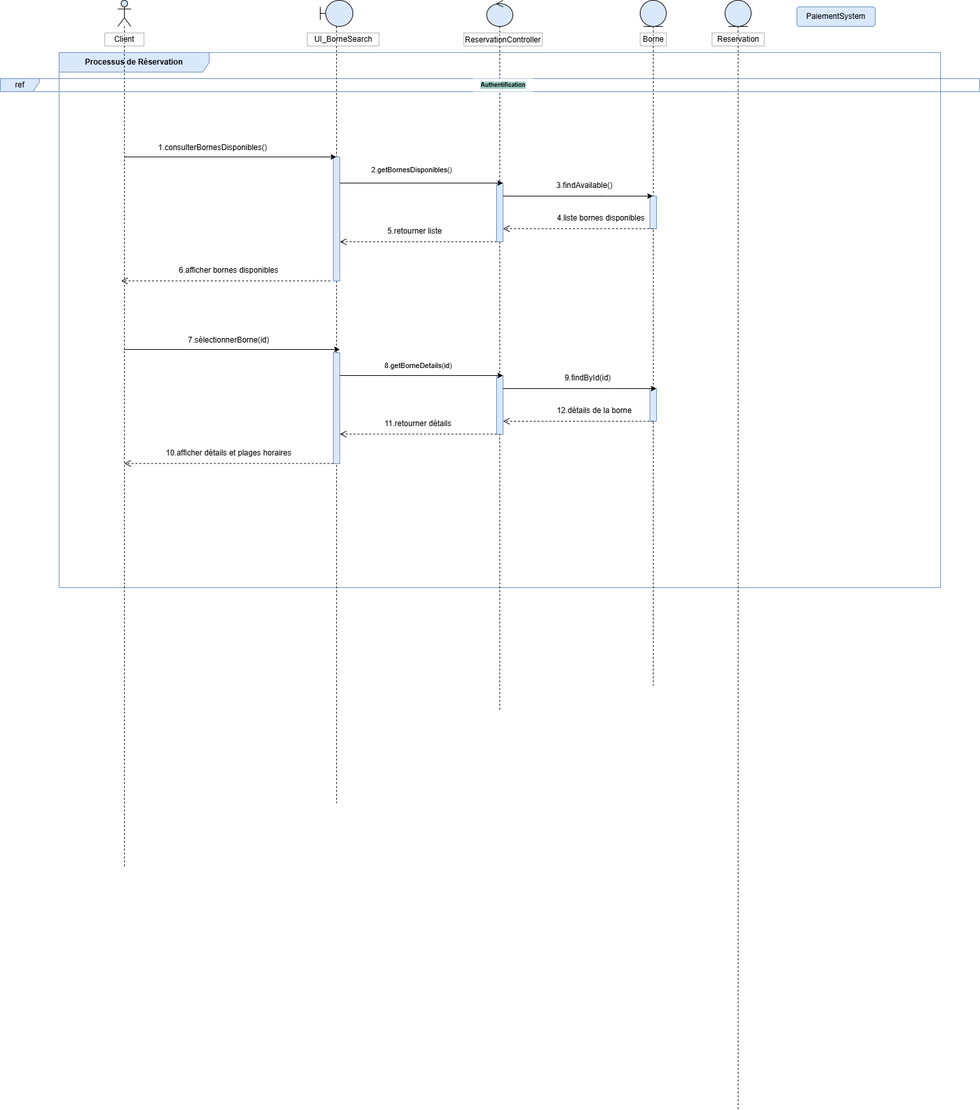
Before: Diag seq reservation borne.drawio.png, a diagram exported from draw.io (achreffakraoui/Projet-uml). Source tidied: cells renumbered, new cells last; positions are measured from the earlier drawing's top-left corner, leaving out a move shared by most shapes.
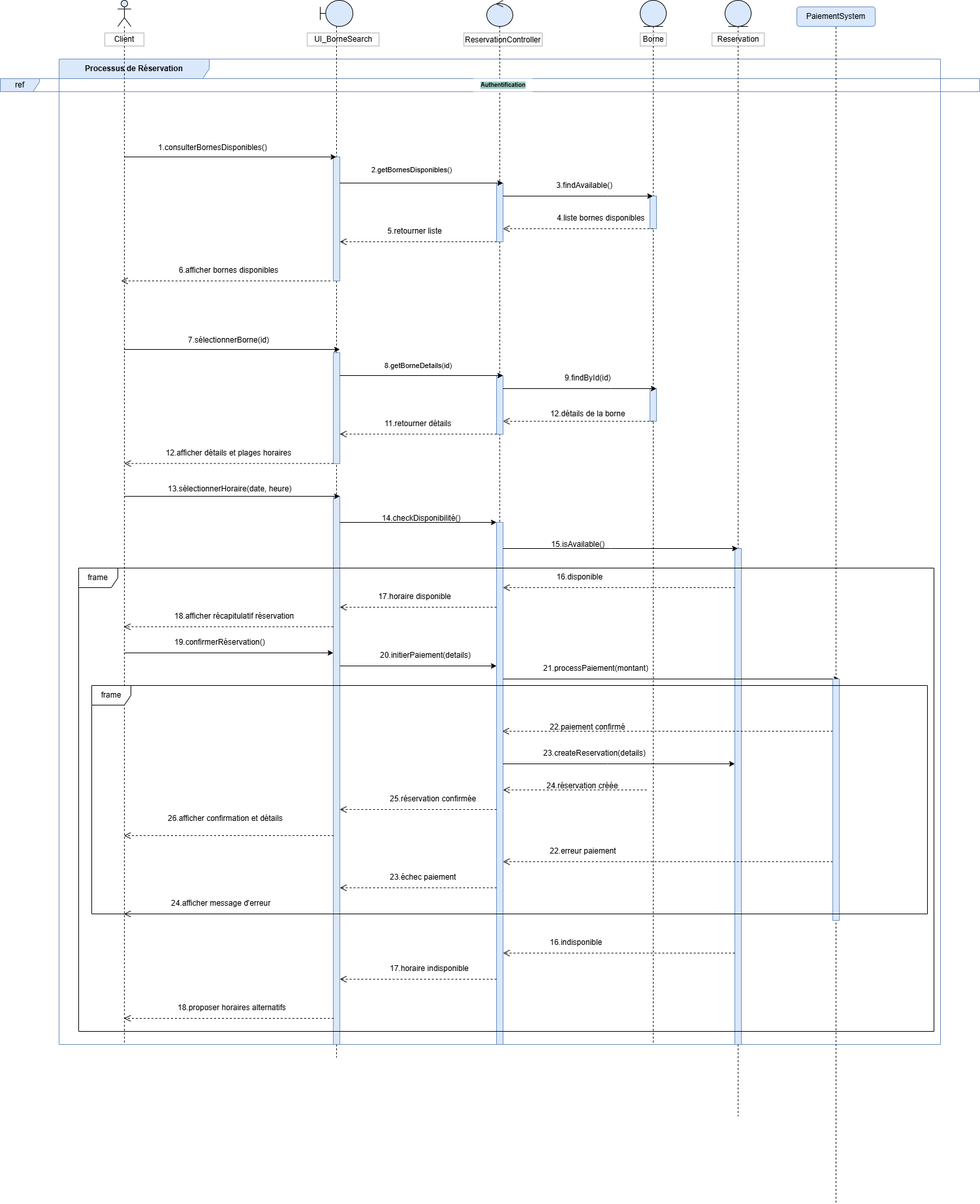
The same diagram one commit later.

Commit message:
Mettre à jour Diag seq reservation borne.drawio.png

Change to the diagram source:
```diff
@@ -3,16 +3,16 @@
     <mxCell id="0" />
     <mxCell id="1" parent="0" />
     <mxCell id="2" value="&lt;p&gt;&lt;b&gt;Processus de Réservation&lt;/b&gt;&lt;/p&gt;" style="shape=umlFrame;whiteSpace=wrap;html=1;fillColor=#dae8fc;strokeColor=#6c8ebf;width=230;height=30;" parent="1" vertex="1">
-      <mxGeometry x="90" y="80" width="1350" height="820" as="geometry" />
+      <mxGeometry x="90" y="90" width="1350" height="1510" as="geometry" />
     </mxCell>
     <mxCell id="3" style="shape=umlLifeline;perimeter=lifelinePerimeter;whiteSpace=wrap;html=1;outlineConnect=0;portConstraint=eastwest;newEdgeStyle={&quot;curved&quot;:0,&quot;rounded&quot;:0};participant=umlActor;fillColor=#dae8fc;strokeColor=default;" parent="1" vertex="1">
-      <mxGeometry x="180" width="20" height="1330" as="geometry" />
+      <mxGeometry x="180" width="20" height="1600" as="geometry" />
     </mxCell>
     <mxCell id="4" value="Client " style="whiteSpace=wrap;opacity=30;gradientColor=none;fillColor=default;fillStyle=auto;rounded=0;" parent="1" vertex="1">
       <mxGeometry x="160" y="50" width="60" height="20" as="geometry" />
     </mxCell>
     <mxCell id="5" style="shape=umlLifeline;perimeter=lifelinePerimeter;whiteSpace=wrap;html=1;outlineConnect=0;portConstraint=eastwest;newEdgeStyle={&quot;curved&quot;:0,&quot;rounded&quot;:0};participant=umlBoundary;fillColor=#dae8fc;strokeColor=default;size=40;" parent="1" vertex="1">
-      <mxGeometry x="490" width="50" height="1230" as="geometry" />
+      <mxGeometry x="490" width="50" height="1620" as="geometry" />
     </mxCell>
     <mxCell id="6" style="html=1;perimeter=orthogonalPerimeter;targetShapes=umlLifeline;newEdgeStyle={&quot;curved&quot;:0,&quot;rounded&quot;:0};fillColor=#dae8fc;strokeColor=#6c8ebf;" parent="5" vertex="1">
       <mxGeometry x="20" y="240" width="10" height="190" as="geometry" />
@@ -20,11 +20,14 @@
     <mxCell id="7" style="html=1;points=[[0,0,0,0,5],[0,1,0,0,-5],[1,0,0,0,5],[1,1,0,0,-5]];perimeter=orthogonalPerimeter;outlineConnect=0;targetShapes=umlLifeline;portConstraint=eastwest;newEdgeStyle={&quot;curved&quot;:0,&quot;rounded&quot;:0};fillColor=#dae8fc;strokeColor=#6c8ebf;" parent="5" vertex="1">
       <mxGeometry x="20" y="540" width="10" height="170" as="geometry" />
     </mxCell>
+    <mxCell id="44" style="html=1;perimeter=orthogonalPerimeter;targetShapes=umlLifeline;newEdgeStyle={&quot;curved&quot;:0,&quot;rounded&quot;:0};fillColor=#dae8fc;strokeColor=#6c8ebf;" parent="5" vertex="1">
+      <mxGeometry x="20" y="760" width="10" height="840" as="geometry" />
+    </mxCell>
     <mxCell id="8" value="UI_BorneSearch" style="opacity=30;gradientColor=none;fillColor=default;fillStyle=auto;rounded=0;html=1;" parent="1" vertex="1">
       <mxGeometry x="470" y="50" width="110" height="20" as="geometry" />
     </mxCell>
     <mxCell id="9" style="shape=umlLifeline;perimeter=lifelinePerimeter;whiteSpace=wrap;html=1;newEdgeStyle={&quot;curved&quot;:0,&quot;rounded&quot;:0};participant=umlControl;fillColor=#dae8fc;strokeColor=default;" parent="1" vertex="1">
-      <mxGeometry x="745" width="40" height="1090" as="geometry" />
+      <mxGeometry x="745" width="40" height="1600" as="geometry" />
     </mxCell>
     <mxCell id="10" style="html=1;points=[[0,0,0,0,5],[0,1,0,0,-5],[1,0,0,0,5],[1,1,0,0,-5]];perimeter=orthogonalPerimeter;outlineConnect=0;targetShapes=umlLifeline;portConstraint=eastwest;newEdgeStyle={&quot;curved&quot;:0,&quot;rounded&quot;:0};fillColor=#dae8fc;strokeColor=#6c8ebf;" parent="9" vertex="1">
       <mxGeometry x="15" y="280" width="10" height="90" as="geometry" />
@@ -32,11 +35,14 @@
     <mxCell id="11" style="html=1;points=[[0,0,0,0,5],[0,1,0,0,-5],[1,0,0,0,5],[1,1,0,0,-5]];perimeter=orthogonalPerimeter;outlineConnect=0;targetShapes=umlLifeline;portConstraint=eastwest;newEdgeStyle={&quot;curved&quot;:0,&quot;rounded&quot;:0};fillColor=#dae8fc;strokeColor=#6c8ebf;" parent="9" vertex="1">
       <mxGeometry x="15" y="575" width="10" height="90" as="geometry" />
     </mxCell>
+    <mxCell id="45" style="html=1;perimeter=orthogonalPerimeter;targetShapes=umlLifeline;newEdgeStyle={&quot;curved&quot;:0,&quot;rounded&quot;:0};fillColor=#dae8fc;strokeColor=#6c8ebf;" parent="9" vertex="1">
+      <mxGeometry x="15" y="800" width="10" height="800" as="geometry" />
+    </mxCell>
     <mxCell id="12" value="ReservationController" style="opacity=30;gradientColor=none;fillColor=default;fillStyle=auto;rounded=0;" parent="1" vertex="1">
       <mxGeometry x="710" y="50" width="120" height="20" as="geometry" />
     </mxCell>
     <mxCell id="13" style="shape=umlLifeline;perimeter=lifelinePerimeter;whiteSpace=wrap;html=1;outlineConnect=0;portConstraint=eastwest;newEdgeStyle={&quot;curved&quot;:0,&quot;rounded&quot;:0};participant=umlEntity;fillColor=#dae8fc;strokeColor=default;" parent="1" vertex="1">
-      <mxGeometry x="980" width="40" height="1050" as="geometry" />
+      <mxGeometry x="980" width="40" height="1600" as="geometry" />
     </mxCell>
     <mxCell id="14" style="html=1;perimeter=orthogonalPerimeter;targetShapes=umlLifeline;newEdgeStyle={&quot;curved&quot;:0,&quot;rounded&quot;:0};fillColor=#dae8fc;strokeColor=#6c8ebf;" parent="13" vertex="1">
       <mxGeometry x="15" y="300" width="10" height="50" as="geometry" />
@@ -45,8 +51,11 @@
       <mxGeometry x="15" y="595" width="10" height="50" as="geometry" />
     </mxCell>
     <mxCell id="16" style="shape=umlLifeline;perimeter=lifelinePerimeter;whiteSpace=wrap;html=1;outlineConnect=0;portConstraint=eastwest;newEdgeStyle={&quot;curved&quot;:0,&quot;rounded&quot;:0};participant=umlEntity;fillColor=#dae8fc;strokeColor=default;" parent="1" vertex="1">
-      <mxGeometry x="1110" width="40" height="1700" as="geometry" />
+      <mxGeometry x="1110" width="40" height="1710" as="geometry" />
     </mxCell>
+    <mxCell id="46" style="html=1;points=[[0,0,0,0,5],[0,1,0,0,-5],[1,0,0,0,5],[1,1,0,0,-5]];perimeter=orthogonalPerimeter;outlineConnect=0;targetShapes=umlLifeline;portConstraint=eastwest;newEdgeStyle={&quot;curved&quot;:0,&quot;rounded&quot;:0};fillColor=#dae8fc;strokeColor=#6c8ebf;" parent="16" vertex="1">
+      <mxGeometry x="15" y="840" width="10" height="760" as="geometry" />
+    </mxCell>
     <mxCell id="17" value="&lt;br&gt; Borne&lt;br&gt;&lt;br&gt;" style="opacity=30;gradientColor=none;fillColor=default;fillStyle=auto;rounded=0;html=1;" parent="1" vertex="1">
       <mxGeometry x="980" y="50" width="40" height="20" as="geometry" />
     </mxCell>
@@ -161,13 +170,222 @@
       </mxGeometry>
     </mxCell>
     <mxCell id="41" value="12.détails de la borne" style="text;align=center;" parent="1" vertex="1">
-      <mxGeometry x="830" y="615" width="160" height="40" as="geometry" />
+      <mxGeometry x="820" y="620" width="160" height="40" as="geometry" />
     </mxCell>
     <mxCell id="42" value="11.retourner détails&#10;&#10;&#10;&#10;" style="text;whiteSpace=wrap;align=center;" parent="1" vertex="1">
       <mxGeometry x="585" y="635" width="110" height="40" as="geometry" />
     </mxCell>
-    <mxCell id="43" value="10.afficher détails et plages horaires" style="text;whiteSpace=wrap;html=1;align=center;" parent="1" vertex="1">
+    <mxCell id="43" value="12.afficher détails et plages horaires" style="text;whiteSpace=wrap;html=1;align=center;" parent="1" vertex="1">
       <mxGeometry x="250" y="680" width="200" height="40" as="geometry" />
     </mxCell>
+    <mxCell id="47" style="endArrow=classic;html=1;rounded=0;" parent="1" edge="1">
+      <mxGeometry relative="1" as="geometry">
+        <mxPoint x="190" y="760" as="sourcePoint" />
+        <mxPoint x="520" y="760" as="targetPoint" />
+      </mxGeometry>
+    </mxCell>
+    <mxCell id="48" value="13.sélectionnerHoraire(date, heure)" style="text;whiteSpace=wrap;html=1;align=left;" parent="1" vertex="1">
+      <mxGeometry x="255" y="735" width="210" height="40" as="geometry" />
+    </mxCell>
+    <mxCell id="49" style="endArrow=classic;html=1;rounded=0;" parent="1" edge="1">
+      <mxGeometry relative="1" as="geometry">
+        <mxPoint x="520" y="800" as="sourcePoint" />
+        <mxPoint x="760" y="800" as="targetPoint" />
+      </mxGeometry>
+    </mxCell>
+    <mxCell id="50" value="14.checkDisponibilité()" style="text;align=center;whiteSpace=wrap;" parent="1" vertex="1">
+      <mxGeometry x="520" y="780" width="250" height="40" as="geometry" />
+    </mxCell>
+    <mxCell id="51" style="endArrow=classic;html=1;rounded=0;" parent="1" edge="1" target="16">
+      <mxGeometry relative="1" as="geometry">
+        <mxPoint x="770" y="840" as="sourcePoint" />
+        <Array as="points">
+          <mxPoint x="935" y="840" />
+        </Array>
+      </mxGeometry>
+    </mxCell>
+    <mxCell id="52" value="15.isAvailable()" style="text;whiteSpace=wrap;html=1;align=center;" parent="1" vertex="1">
+      <mxGeometry x="770" y="820" width="230" height="40" as="geometry" />
+    </mxCell>
+    <mxCell id="53" value="&lt;p&gt;&lt;br&gt;&lt;/p&gt;" style="html=1;verticalAlign=bottom;endArrow=open;dashed=1;endSize=8;curved=0;rounded=0;" parent="1" edge="1" source="46">
+      <mxGeometry x="-1" y="180" relative="1" as="geometry">
+        <mxPoint x="770" y="900" as="targetPoint" />
+        <mxPoint x="10" as="offset" />
+      </mxGeometry>
+    </mxCell>
+    <mxCell id="54" value="16.disponible" style="text;whiteSpace=wrap;html=1;align=center;" parent="1" vertex="1">
+      <mxGeometry x="765" y="870" width="245" height="40" as="geometry" />
+    </mxCell>
+    <mxCell id="55" value="&lt;p&gt;&lt;br&gt;&lt;/p&gt;" style="html=1;verticalAlign=bottom;endArrow=open;dashed=1;endSize=8;curved=0;rounded=0;" parent="1" edge="1">
+      <mxGeometry x="-1" y="180" relative="1" as="geometry">
+        <mxPoint x="760" y="930" as="sourcePoint" />
+        <mxPoint x="520" y="930" as="targetPoint" />
+        <mxPoint x="10" as="offset" />
+      </mxGeometry>
+    </mxCell>
+    <mxCell id="56" value="17.horaire disponible" style="text;whiteSpace=wrap;html=1;align=center;" parent="1" vertex="1">
+      <mxGeometry x="530" y="900" width="210" height="40" as="geometry" />
+    </mxCell>
+    <mxCell id="57" value="18.afficher récapitulatif réservation" style="text;whiteSpace=wrap;html=1;" parent="1" vertex="1">
+      <mxGeometry x="265" y="930" width="200" height="40" as="geometry" />
+    </mxCell>
+    <mxCell id="58" style="endArrow=classic;html=1;rounded=0;" parent="1" edge="1">
+      <mxGeometry relative="1" as="geometry">
+        <mxPoint x="190" y="1000" as="sourcePoint" />
+        <mxPoint x="510" y="1000" as="targetPoint" />
+      </mxGeometry>
+    </mxCell>
+    <mxCell id="59" value="19.confirmerRéservation()" style="text;" parent="1" vertex="1">
+      <mxGeometry x="265" y="970" width="160" height="40" as="geometry" />
+    </mxCell>
+    <mxCell id="60" style="endArrow=classic;html=1;rounded=0;" parent="1" edge="1">
+      <mxGeometry relative="1" as="geometry">
+        <mxPoint x="520" y="1020" as="sourcePoint" />
+        <mxPoint x="760" y="1020" as="targetPoint" />
+      </mxGeometry>
+    </mxCell>
+    <mxCell id="61" value="&lt;p&gt;&lt;br&gt;&lt;/p&gt;" style="html=1;verticalAlign=bottom;endArrow=open;dashed=1;endSize=8;curved=0;rounded=0;" parent="1" edge="1" target="3">
+      <mxGeometry x="-1" y="180" relative="1" as="geometry">
+        <mxPoint x="510" y="960" as="sourcePoint" />
+        <mxPoint x="10" as="offset" />
+      </mxGeometry>
+    </mxCell>
+    <mxCell id="62" value="20.initierPaiement(details)" style="text;whiteSpace=wrap;html=1;" parent="1" vertex="1">
+      <mxGeometry x="580" y="990" width="160" height="40" as="geometry" />
+    </mxCell>
+    <mxCell id="63" style="endArrow=classic;html=1;rounded=0;entryX=1;entryY=0;entryDx=0;entryDy=5;entryPerimeter=0;" parent="1" edge="1">
+      <mxGeometry relative="1" as="geometry">
+        <mxPoint x="770" y="1040" as="sourcePoint" />
+        <mxPoint x="1285" y="1040" as="targetPoint" />
+      </mxGeometry>
+    </mxCell>
+    <mxCell id="64" value="21.processPaiement(montant)" style="text;whiteSpace=wrap;html=1;" parent="1" vertex="1">
+      <mxGeometry x="830" y="1010" width="180" height="40" as="geometry" />
+    </mxCell>
+    <mxCell id="65" value="&lt;p&gt;&lt;br&gt;&lt;/p&gt;" style="html=1;verticalAlign=bottom;endArrow=open;dashed=1;endSize=8;curved=0;rounded=0;" parent="1" edge="1" source="90">
+      <mxGeometry x="-1" y="180" relative="1" as="geometry">
+        <mxPoint x="769" y="1120" as="targetPoint" />
+        <mxPoint x="10" as="offset" />
+      </mxGeometry>
+    </mxCell>
+    <mxCell id="66" value="22.paiement confirmé" style="text;whiteSpace=wrap;html=1;" parent="1" vertex="1">
+      <mxGeometry x="840" y="1100" width="150" height="40" as="geometry" />
+    </mxCell>
+    <mxCell id="67" style="endArrow=classic;html=1;rounded=0;" parent="1" edge="1" target="46">
+      <mxGeometry relative="1" as="geometry">
+        <mxPoint x="770" y="1170" as="sourcePoint" />
+        <Array as="points">
+          <mxPoint x="930" y="1170" />
+        </Array>
+      </mxGeometry>
+    </mxCell>
+    <mxCell id="68" value="23.createReservation(details)" style="text;whiteSpace=wrap;html=1;" parent="1" vertex="1">
+      <mxGeometry x="830" y="1140" width="170" height="40" as="geometry" />
+    </mxCell>
+    <mxCell id="69" value="&lt;p&gt;&lt;br&gt;&lt;/p&gt;" style="html=1;verticalAlign=bottom;endArrow=open;dashed=1;endSize=8;curved=0;rounded=0;" parent="1" edge="1">
+      <mxGeometry x="-1" y="180" relative="1" as="geometry">
+        <mxPoint x="990" y="1210" as="sourcePoint" />
+        <mxPoint x="770" y="1210" as="targetPoint" />
+        <mxPoint x="10" as="offset" />
+      </mxGeometry>
+    </mxCell>
+    <mxCell id="70" value="24.réservation créée" style="text;whiteSpace=wrap;html=1;" parent="1" vertex="1">
+      <mxGeometry x="835" y="1190" width="130" height="40" as="geometry" />
+    </mxCell>
+    <mxCell id="71" value="&lt;p&gt;&lt;br&gt;&lt;/p&gt;" style="html=1;verticalAlign=bottom;endArrow=open;dashed=1;endSize=8;curved=0;rounded=0;" parent="1" edge="1">
+      <mxGeometry x="-1" y="180" relative="1" as="geometry">
+        <mxPoint x="760" y="1240" as="sourcePoint" />
+        <mxPoint x="520" y="1240" as="targetPoint" />
+        <mxPoint x="10" as="offset" />
+      </mxGeometry>
+    </mxCell>
+    <mxCell id="72" value="25.réservation confirmée" style="text;whiteSpace=wrap;html=1;" parent="1" vertex="1">
+      <mxGeometry x="595" y="1210" width="150" height="40" as="geometry" />
+    </mxCell>
+    <mxCell id="73" value="26.afficher confirmation et détails" style="text;whiteSpace=wrap;html=1;" parent="1" vertex="1">
+      <mxGeometry x="255" y="1240" width="190" height="40" as="geometry" />
+    </mxCell>
+    <mxCell id="74" value="&lt;p&gt;&lt;br&gt;&lt;/p&gt;" style="html=1;verticalAlign=bottom;endArrow=open;dashed=1;endSize=8;curved=0;rounded=0;" parent="1" edge="1">
+      <mxGeometry x="-1" y="180" relative="1" as="geometry">
+        <mxPoint x="510.5" y="1280" as="sourcePoint" />
+        <mxPoint x="189.5" y="1280" as="targetPoint" />
+        <mxPoint x="10" as="offset" />
+      </mxGeometry>
+    </mxCell>
+    <mxCell id="75" value="&lt;p&gt;&lt;br&gt;&lt;/p&gt;" style="html=1;verticalAlign=bottom;endArrow=open;dashed=1;endSize=8;curved=0;rounded=0;" parent="1" edge="1" source="90">
+      <mxGeometry x="-1" y="180" relative="1" as="geometry">
+        <mxPoint x="770" y="1320" as="targetPoint" />
+        <mxPoint x="10" as="offset" />
+      </mxGeometry>
+    </mxCell>
+    <mxCell id="76" value="22.erreur paiement" style="text;whiteSpace=wrap;html=1;" parent="1" vertex="1">
+      <mxGeometry x="840" y="1290" width="120" height="40" as="geometry" />
+    </mxCell>
+    <mxCell id="77" value="&lt;p&gt;&lt;br&gt;&lt;/p&gt;" style="html=1;verticalAlign=bottom;endArrow=open;dashed=1;endSize=8;curved=0;rounded=0;" parent="1" edge="1">
+      <mxGeometry x="-1" y="180" relative="1" as="geometry">
+        <mxPoint x="760" y="1360" as="sourcePoint" />
+        <mxPoint x="520" y="1360" as="targetPoint" />
+        <mxPoint x="10" as="offset" />
+      </mxGeometry>
+    </mxCell>
+    <mxCell id="78" value="23.échec paiement" style="text;whiteSpace=wrap;html=1;" parent="1" vertex="1">
+      <mxGeometry x="595" y="1330" width="120" height="40" as="geometry" />
+    </mxCell>
+    <mxCell id="79" value="&lt;p&gt;&lt;br&gt;&lt;/p&gt;" style="html=1;verticalAlign=bottom;endArrow=open;dashed=1;endSize=8;curved=0;rounded=0;" parent="1" edge="1">
+      <mxGeometry x="-1" y="180" relative="1" as="geometry">
+        <mxPoint x="510.5" y="1400" as="sourcePoint" />
+        <mxPoint x="189.5" y="1400" as="targetPoint" />
+        <mxPoint x="10" as="offset" />
+      </mxGeometry>
+    </mxCell>
+    <mxCell id="80" value="24.afficher message d'erreur" style="text;whiteSpace=wrap;html=1;" parent="1" vertex="1">
+      <mxGeometry x="260" y="1370" width="170" height="40" as="geometry" />
+    </mxCell>
+    <mxCell id="81" value="&lt;p&gt;&lt;br&gt;&lt;/p&gt;" style="html=1;verticalAlign=bottom;endArrow=open;dashed=1;endSize=8;curved=0;rounded=0;" parent="1" edge="1" source="46">
+      <mxGeometry x="-1" y="180" relative="1" as="geometry">
+        <mxPoint x="770" y="1460" as="targetPoint" />
+        <mxPoint x="10" as="offset" />
+      </mxGeometry>
+    </mxCell>
+    <mxCell id="82" value="16.indisponible" style="text;whiteSpace=wrap;html=1;" parent="1" vertex="1">
+      <mxGeometry x="840" y="1430" width="100" height="40" as="geometry" />
+    </mxCell>
+    <mxCell id="83" value="&lt;p&gt;&lt;br&gt;&lt;/p&gt;" style="html=1;verticalAlign=bottom;endArrow=open;dashed=1;endSize=8;curved=0;rounded=0;" parent="1" edge="1">
+      <mxGeometry x="-1" y="180" relative="1" as="geometry">
+        <mxPoint x="760" y="1500" as="sourcePoint" />
+        <mxPoint x="520" y="1500" as="targetPoint" />
+        <mxPoint x="10" as="offset" />
+      </mxGeometry>
+    </mxCell>
+    <mxCell id="84" value="17.horaire indisponible" style="text;whiteSpace=wrap;html=1;" parent="1" vertex="1">
+      <mxGeometry x="595" y="1470" width="140" height="40" as="geometry" />
+    </mxCell>
+    <mxCell id="85" value="&lt;p&gt;&lt;br&gt;&lt;/p&gt;" style="html=1;verticalAlign=bottom;endArrow=open;dashed=1;endSize=8;curved=0;rounded=0;" parent="1" edge="1">
+      <mxGeometry x="-1" y="180" relative="1" as="geometry">
+        <mxPoint x="510.5" y="1560" as="sourcePoint" />
+        <mxPoint x="189.5" y="1560" as="targetPoint" />
+        <mxPoint x="10" as="offset" />
+      </mxGeometry>
+    </mxCell>
+    <mxCell id="86" value="18.proposer horaires alternatifs" style="text;whiteSpace=wrap;html=1;" parent="1" vertex="1">
+      <mxGeometry x="270" y="1530" width="180" height="40" as="geometry" />
+    </mxCell>
+    <mxCell id="87" value="frame" style="shape=umlFrame;whiteSpace=wrap;html=1;" parent="1" vertex="1">
+      <mxGeometry x="120" y="870" width="1310" height="710" as="geometry" />
+    </mxCell>
+    <mxCell id="88" style="endArrow=none;dashed=1;html=1;rounded=0;entryX=0.5;entryY=1;entryDx=0;entryDy=0;" parent="1" edge="1" source="90" target="19">
+      <mxGeometry relative="1" as="geometry" />
+    </mxCell>
+    <mxCell id="89" style="endArrow=none;dashed=1;html=1;rounded=0;entryX=0.5;entryY=1;entryDx=0;entryDy=0;" parent="1" edge="1" target="90">
+      <mxGeometry relative="1" as="geometry">
+        <mxPoint x="1280" y="1842.4" as="sourcePoint" />
+      </mxGeometry>
+    </mxCell>
+    <mxCell id="90" style="html=1;points=[[0,0,0,0,5],[0,1,0,0,-5],[1,0,0,0,5],[1,1,0,0,-5]];perimeter=orthogonalPerimeter;outlineConnect=0;targetShapes=umlLifeline;portConstraint=eastwest;newEdgeStyle={&quot;curved&quot;:0,&quot;rounded&quot;:0};fillColor=#dae8fc;strokeColor=#6c8ebf;" parent="1" vertex="1">
+      <mxGeometry x="1275" y="1040" width="10" height="370" as="geometry" />
+    </mxCell>
+    <mxCell id="91" value="frame" style="shape=umlFrame;whiteSpace=wrap;html=1;" parent="1" vertex="1">
+      <mxGeometry x="140" y="1050" width="1280" height="350" as="geometry" />
+    </mxCell>
   </root>
 </mxGraphModel>
```
